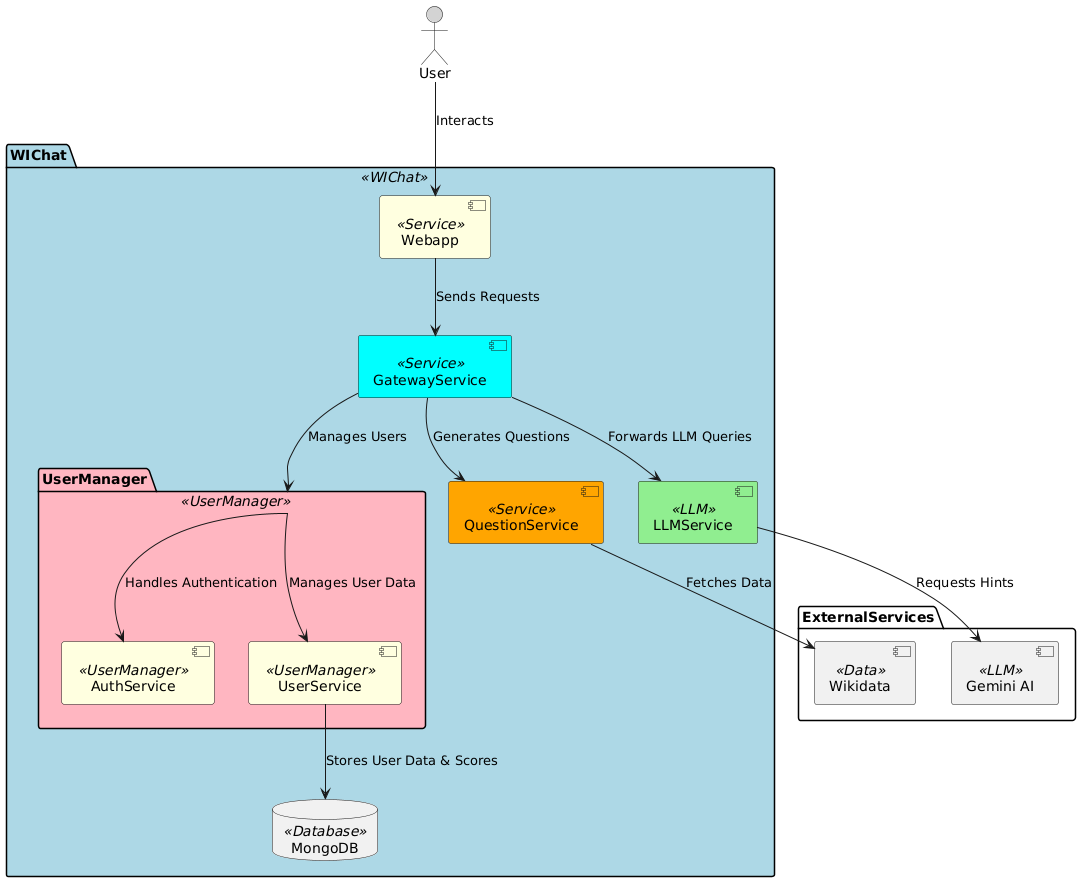
Before: docs/images/05_level3.png, a diagram exported from PlantUML (Arquisoft/wichat_es4c).
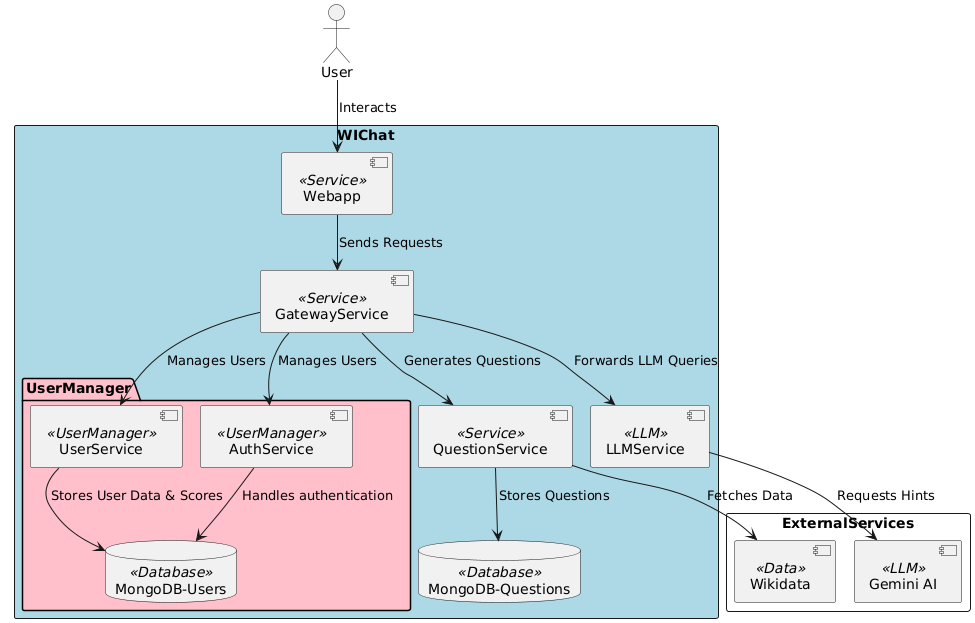
After the commit.

What changed in the source:
```diff
@@ -1,37 +1,47 @@
 @startuml
-actor "User" as User #lightgray
+!pragma layout smetana
 
-package WIChat <<WIChat>> #lightblue {
-    component "Webapp" as Webapp <<Service>> #lightyellow
-    component "GatewayService" as GatewayService <<Service>> #cyan
-    component "QuestionService" as QuestionGen <<Service>> #orange
-    component "LLMService" as LLMService <<LLM>> #lightgreen
+actor User as user
 
-    database "MongoDB" as MongoDB <<Database>>
+rectangle "WIChat" #lightblue {
 
-    package UserManager <<UserManager>> #lightpink {
-        component "AuthService" as AuthService <<UserManager>> #lightyellow
-        component "UserService" as UserService <<UserManager>> #lightyellow
-    }
+  component "Webapp" as webapp <<Service>>
+
+  component "GatewayService" as gateway <<Service>>
+
+  package "UserManager" #pink {
+    component "AuthService" as authservice <<UserManager>>
+    component "UserService" as userservice <<UserManager>>
+
+    database "MongoDB-Users" as mongodb <<Database>>
+  }
+
+  component "QuestionService" as questionservice <<Service>>
+  component "LLMService" as llmservice <<LLM>>
+  database "MongoDB-Questions" as mongodbq <<Database>>
+
 }
 
-package ExternalServices {
-    component "Wikidata" as Wikidata <<Data>>
-    component "Gemini AI" as GeminiAI <<LLM>>
+rectangle "ExternalServices" {
+  component "Wikidata" as wikidata_ext <<Data>>
+  component "Gemini AI" as gemini_ai_ext <<LLM>>
 }
 
-User --> Webapp : Interacts
-Webapp --> GatewayService : Sends Requests
 
-GatewayService --> QuestionGen : Generates Questions
-GatewayService --> LLMService : Forwards LLM Queries
 
-UserManager --> AuthService : Handles Authentication
-UserManager --> UserService : Manages User Data
-UserService --> MongoDB : Stores User Data & Scores
 
-LLMService --> GeminiAI : Requests Hints
-QuestionGen --> Wikidata : Fetches Data
+user --> webapp : Interacts
+webapp --> gateway : Sends Requests
 
-GatewayService --> UserManager : Manages Users
+gateway --> authservice : Manages Users
+gateway --> userservice : Manages Users
+gateway --> questionservice : Generates Questions
+gateway --> llmservice : Forwards LLM Queries
+
+authservice --> mongodb : Handles authentication
+userservice --> mongodb : Stores User Data & Scores
+
+questionservice --> wikidata_ext : Fetches Data
+questionservice --> mongodbq : Stores Questions
+llmservice --> gemini_ai_ext : Requests Hints
 @enduml
```
